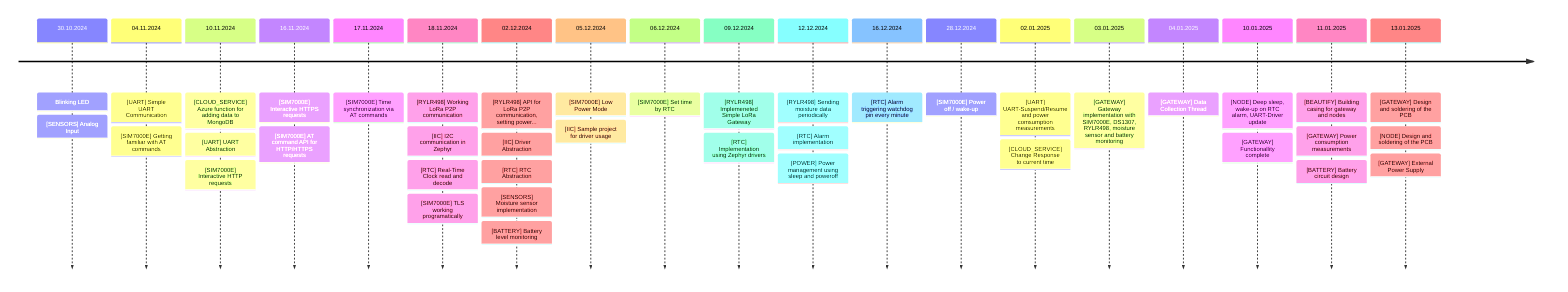
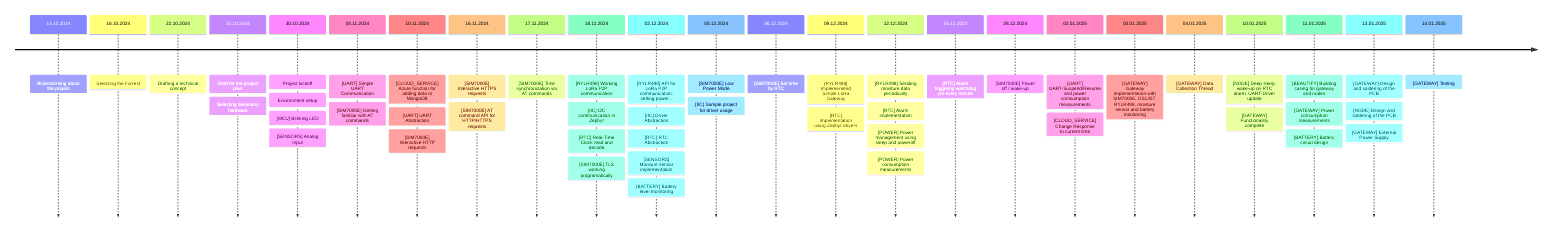
timeline
-     30.10.2024  : Blinking LED
+     14.10.2024  : Brainstorming about the project
+     16.10.2024  : Selecting the Forrest
+     22.10.2024  : Drafting a technical concept
+     25.10.2024  : Draft for the project plan
+                 : Selecting necesarry hardware
+     30.10.2024  : Project kickoff
+                 : Environment setup
+                 : [MCU] Blinking LED
                : [SENSORS] Analog Input
    04.11.2024  : [UART] Simple UART Communication
                : [SIM7000E] Getting familiar with AT commands
    10.11.2024  : [CLOUD_SERVICE] Azure function for adding data to MongoDB
                : [UART] UART Abstraction
                : [SIM7000E] Interactive HTTP requests
    16.11.2024  : [SIM7000E] Interactive HTTPS requests
                : [SIM7000E] AT command API for HTTP/HTTPS requests
    17.11.2024  : [SIM7000E] Time synchronization via AT commands
    18.11.2024  : [RYLR498] Working LoRa P2P communication
                : [IIC] I2C communication in Zephyr
                : [RTC] Real-Time Clock read and decode
                : [SIM7000E] TLS working programatically
    02.12.2024  : [RYLR498] API for LoRa P2P communication, setting power...
                : [IIC] Driver Abstraction
                : [RTC] RTC Abstraction
                : [SENSORS] Moisture sensor implementation
                : [BATTERY] Battery level monitoring
    05.12.2024  : [SIM7000E] Low Power Mode
                : [IIC] Sample project for driver usage
    06.12.2024  : [SIM7000E] Set time by RTC
    09.12.2024  : [RYLR498] Implemeneted Simple LoRa Gateway
                : [RTC] Implementation using Zephyr drivers
    12.12.2024  : [RYLR498] Sending moisture data periodically
                : [RTC] Alarm implementation
                : [POWER] Power management using sleep and poweroff
+                 : [POWER] Power consumption measurements
    16.12.2024  : [RTC] Alarm triggering watchdog pin every minute
    28.12.2024  : [SIM7000E] Power off / wake-up
    02.01.2025  : [UART] UART-Suspend/Resume and power comsumption measurements
                : [CLOUD_SERVICE] Change Response to current time
    03.01.2025  : [GATEWAY] Gateway implementation with SIM7000E, DS1307, RYLR498, moisture sensor and battery monitoring
    04.01.2025  : [GATEWAY] Data Collection Thread
    10.01.2025  : [NODE] Deep sleep, wake-up on RTC alarm, UART-Driver update
                : [GATEWAY] Functionallity complete
    11.01.2025  : [BEAUTIFY] Building casing for gateway and nodes
                : [GATEWAY] Power consumption measurements
                : [BATTERY] Battery circuit design
    13.01.2025  : [GATEWAY] Design and soldering of the PCB
                : [NODE] Design and soldering of the PCB
                : [GATEWAY] External Power Supply
+     14.01.2025  : [GATEWAY] Testing
